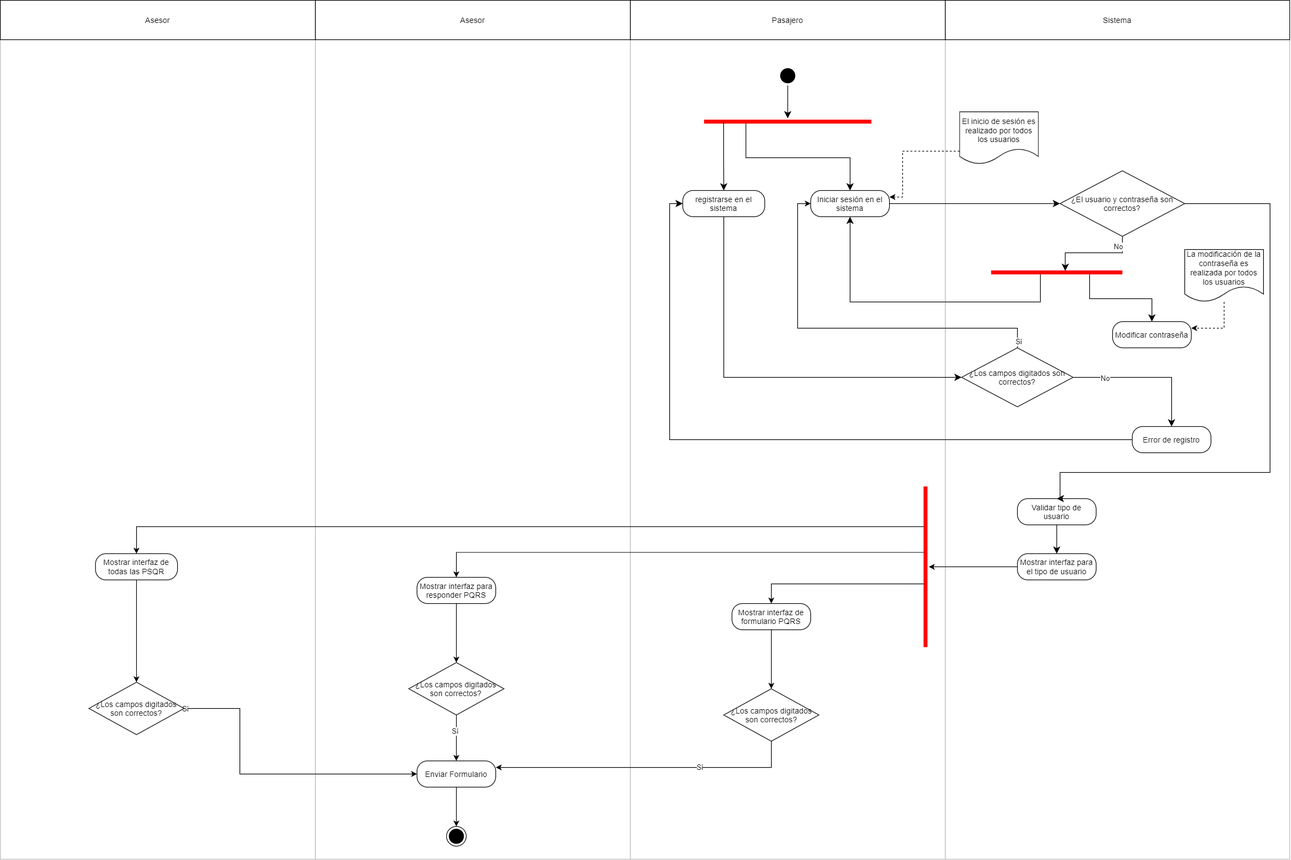
Before: diagrama actvidades-Seguridad.png, a diagram exported from draw.io (AlejandraRochaR/imagenes). Source tidied: cells renumbered, new cells last; positions are measured from the earlier drawing's top-left corner, leaving out a move shared by most shapes.
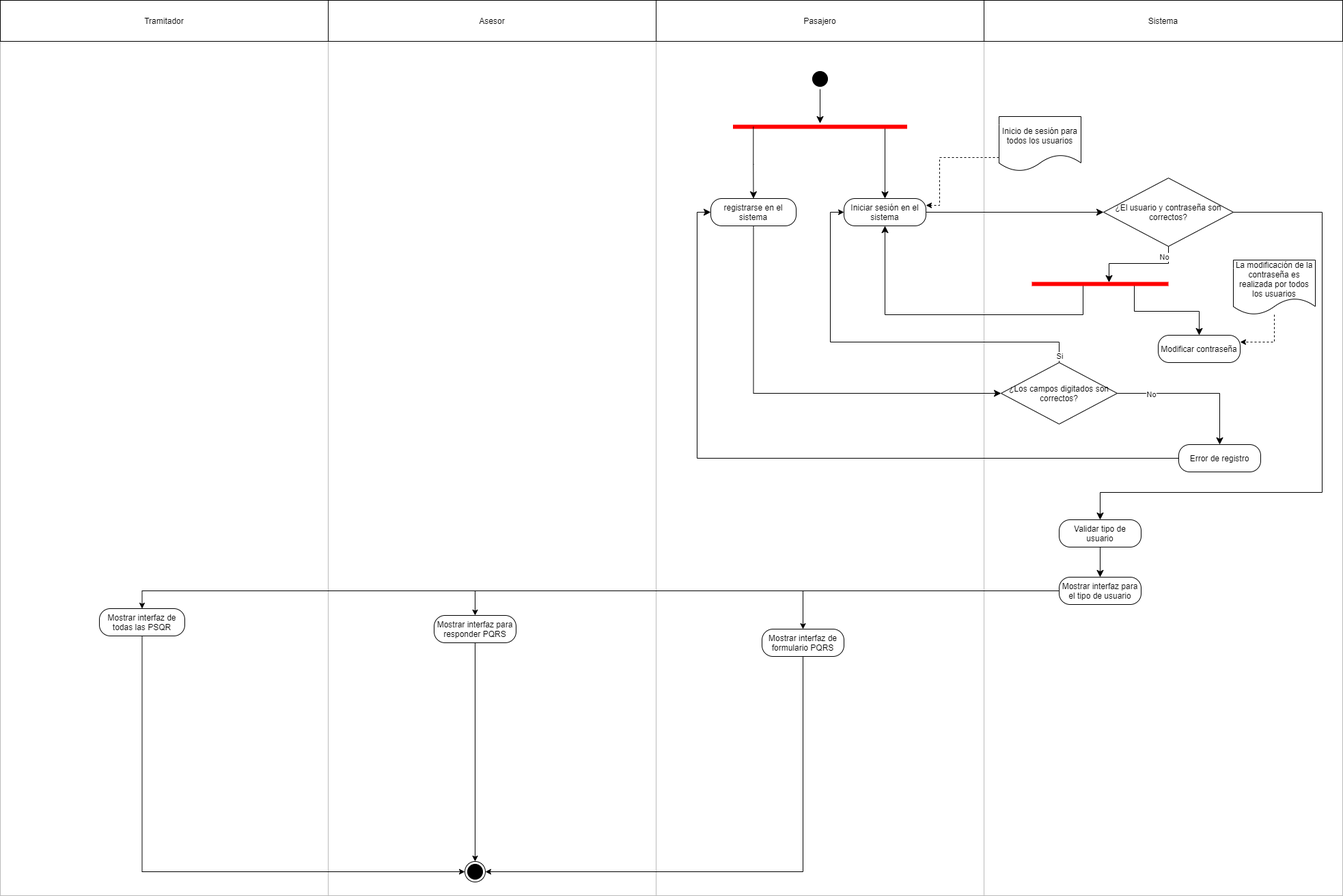
Above is the later version.

The edit, as a diff of the source:
```diff
@@ -78,16 +78,19 @@
         <Array as="points">
           <mxPoint x="1935" y="310" />
           <mxPoint x="1935" y="720" />
-          <mxPoint x="1615" y="720" />
-          <mxPoint x="1615" y="760" />
+          <mxPoint x="1610" y="720" />
         </Array>
       </mxGeometry>
     </mxCell>
     <mxCell id="22" value="¿El usuario y contraseña son correctos?" style="rhombus;whiteSpace=wrap;html=1;fillColor=none;" parent="1" vertex="1">
       <mxGeometry x="1615" y="260" width="190" height="100" as="geometry" />
     </mxCell>
-    <mxCell id="23" style="edgeStyle=orthogonalEdgeStyle;rounded=0;jettySize=auto;html=1;exitX=0.25;exitY=0.5;exitDx=0;exitDy=0;exitPerimeter=0;endSize=8;" parent="1" edge="1" source="24" target="18">
-      <mxGeometry relative="1" as="geometry" />
+    <mxCell id="23" style="edgeStyle=orthogonalEdgeStyle;rounded=0;jettySize=auto;html=1;exitX=0.75;exitY=0.5;exitDx=0;exitDy=0;exitPerimeter=0;endSize=8;" parent="1" edge="1" source="24" target="18">
+      <mxGeometry relative="1" as="geometry">
+        <Array as="points">
+          <mxPoint x="1295" y="185" />
+        </Array>
+      </mxGeometry>
     </mxCell>
     <mxCell id="24" style="shape=line;html=1;strokeWidth=6;strokeColor=#ff0000;" parent="1" vertex="1">
       <mxGeometry x="1072.5" y="180" width="255" height="10" as="geometry" />
@@ -115,9 +118,6 @@
     <mxCell id="30" style="edgeStyle=orthogonalEdgeStyle;html=1;verticalAlign=bottom;endArrow=classic;endSize=8;entryX=0.5;entryY=0;entryDx=0;entryDy=0;rounded=0;endFill=1;" parent="1" edge="1" source="29" target="32">
       <mxGeometry relative="1" as="geometry" />
     </mxCell>
-    <mxCell id="31" style="edgeStyle=orthogonalEdgeStyle;rounded=0;jettySize=auto;html=1;exitX=0;exitY=0.5;exitDx=0;exitDy=0;" parent="1" edge="1" source="32" target="53">
-      <mxGeometry relative="1" as="geometry" />
-    </mxCell>
     <mxCell id="32" value="Mostrar interfaz para el tipo de usuario" style="rounded=1;whiteSpace=wrap;html=1;arcSize=40;fontColor=#000000;fillColor=none;" parent="1" vertex="1">
       <mxGeometry x="1550" y="844" width="120" height="40" as="geometry" />
     </mxCell>
@@ -133,35 +133,26 @@
     <mxCell id="36" value="Sistema" style="rounded=0;whiteSpace=wrap;html=1;fillColor=none;" parent="1" vertex="1">
       <mxGeometry x="1440" width="525" height="60" as="geometry" />
     </mxCell>
-    <mxCell id="37" style="edgeStyle=orthogonalEdgeStyle;rounded=0;jettySize=auto;html=1;entryX=0.5;entryY=0;entryDx=0;entryDy=0;" parent="1" edge="1" source="38" target="43">
-      <mxGeometry relative="1" as="geometry" />
+    <mxCell id="37" style="edgeStyle=orthogonalEdgeStyle;rounded=0;jettySize=auto;html=1;entryX=1;entryY=0.5;entryDx=0;entryDy=0;" parent="1" edge="1" source="38" target="34">
+      <mxGeometry relative="1" as="geometry">
+        <Array as="points">
+          <mxPoint x="1175" y="1275" />
+        </Array>
+      </mxGeometry>
     </mxCell>
     <mxCell id="38" value="Mostrar interfaz de formulario PQRS" style="rounded=1;whiteSpace=wrap;html=1;arcSize=40;fontColor=#000000;fillColor=none;" parent="1" vertex="1">
       <mxGeometry x="1115" y="920" width="120" height="40" as="geometry" />
     </mxCell>
-    <mxCell id="39" style="edgeStyle=orthogonalEdgeStyle;rounded=0;jettySize=auto;html=1;exitX=0.5;exitY=1;exitDx=0;exitDy=0;" parent="1" edge="1" source="40" target="58">
+    <mxCell id="39" style="edgeStyle=orthogonalEdgeStyle;rounded=0;jettySize=auto;html=1;exitX=0.5;exitY=1;exitDx=0;exitDy=0;entryX=0.5;entryY=0;entryDx=0;entryDy=0;" parent="1" edge="1" source="40" target="34">
       <mxGeometry relative="1" as="geometry" />
     </mxCell>
     <mxCell id="40" value="Mostrar interfaz para responder PQRS" style="rounded=1;whiteSpace=wrap;html=1;arcSize=40;fontColor=#000000;fillColor=none;" parent="1" vertex="1">
-      <mxGeometry x="635" y="880" width="120" height="40" as="geometry" />
+      <mxGeometry x="635" y="900" width="120" height="40" as="geometry" />
     </mxCell>
-    <mxCell id="41" style="edgeStyle=orthogonalEdgeStyle;rounded=0;jettySize=auto;html=1;exitX=0.5;exitY=1;exitDx=0;exitDy=0;entryX=1;entryY=0.25;entryDx=0;entryDy=0;" parent="1" edge="1" source="43" target="60">
-      <mxGeometry relative="1" as="geometry">
-        <Array as="points">
-          <mxPoint x="1175" y="1170" />
-        </Array>
-      </mxGeometry>
-    </mxCell>
-    <mxCell id="42" value="Si" style="edgeLabel;html=1;align=center;verticalAlign=middle;" parent="41" vertex="1">
-      <mxGeometry x="-0.34" y="-1" relative="1" as="geometry" />
-    </mxCell>
-    <mxCell id="43" value="¿Los campos digitados son correctos?" style="rhombus;whiteSpace=wrap;html=1;fillColor=none;" parent="1" vertex="1">
-      <mxGeometry x="1102.5" y="1050" width="145" height="80" as="geometry" />
-    </mxCell>
     <mxCell id="44" value="Asesor" style="rounded=0;whiteSpace=wrap;html=1;fillColor=none;" parent="1" vertex="1">
       <mxGeometry x="480" width="480" height="60" as="geometry" />
     </mxCell>
-    <mxCell id="45" value="Asesor" style="rounded=0;whiteSpace=wrap;html=1;fillColor=none;" parent="1" vertex="1">
+    <mxCell id="45" value="Tramitador" style="rounded=0;whiteSpace=wrap;html=1;fillColor=none;" parent="1" vertex="1">
       <mxGeometry width="480" height="60" as="geometry" />
     </mxCell>
     <mxCell id="46" style="edgeStyle=orthogonalEdgeStyle;rounded=0;jettySize=auto;html=1;entryX=1;entryY=0.25;entryDx=0;entryDy=0;dashed=1;" parent="1" edge="1" source="47" target="18">
@@ -172,7 +163,7 @@
         </Array>
       </mxGeometry>
     </mxCell>
-    <mxCell id="47" value="El inicio de sesión es realizado por todos los usuarios" style="shape=document;whiteSpace=wrap;html=1;boundedLbl=1;" parent="1" vertex="1">
+    <mxCell id="47" value="Inicio de sesión para todos los usuarios" style="shape=document;whiteSpace=wrap;html=1;boundedLbl=1;" parent="1" vertex="1">
       <mxGeometry x="1462" y="170" width="120" height="80" as="geometry" />
     </mxCell>
     <mxCell id="48" style="edgeStyle=orthogonalEdgeStyle;rounded=0;jettySize=auto;html=1;entryX=1;entryY=0.25;entryDx=0;entryDy=0;dashed=1;" parent="1" edge="1" source="49" target="33">
@@ -181,65 +172,28 @@
     <mxCell id="49" value="La modificación de la contraseña es realizada por todos los usuarios" style="shape=document;whiteSpace=wrap;html=1;boundedLbl=1;" parent="1" vertex="1">
       <mxGeometry x="1805" y="380" width="120" height="80" as="geometry" />
     </mxCell>
-    <mxCell id="50" style="edgeStyle=orthogonalEdgeStyle;rounded=0;jettySize=auto;html=1;exitX=0.75;exitY=0.5;exitDx=0;exitDy=0;exitPerimeter=0;entryX=0.5;entryY=0;entryDx=0;entryDy=0;" parent="1" edge="1" source="53" target="38">
+    <mxCell id="50" style="edgeStyle=orthogonalEdgeStyle;rounded=0;jettySize=auto;html=1;exitX=0;exitY=0.5;exitDx=0;exitDy=0;entryX=0.5;entryY=0;entryDx=0;entryDy=0;" parent="1" edge="1" source="32" target="38">
       <mxGeometry relative="1" as="geometry">
         <Array as="points">
-          <mxPoint x="1410" y="890" />
-          <mxPoint x="1175" y="890" />
+          <mxPoint x="1175" y="864" />
         </Array>
       </mxGeometry>
     </mxCell>
-    <mxCell id="51" style="edgeStyle=orthogonalEdgeStyle;rounded=0;jettySize=auto;html=1;exitX=0.25;exitY=0.5;exitDx=0;exitDy=0;exitPerimeter=0;entryX=0.5;entryY=0;entryDx=0;entryDy=0;" parent="1" edge="1" source="53" target="55">
+    <mxCell id="51" style="edgeStyle=orthogonalEdgeStyle;rounded=0;jettySize=auto;html=1;exitX=0;exitY=0.5;exitDx=0;exitDy=0;entryX=0.5;entryY=0;entryDx=0;entryDy=0;" parent="1" edge="1" source="32" target="55">
       <mxGeometry relative="1" as="geometry" />
     </mxCell>
-    <mxCell id="52" style="edgeStyle=orthogonalEdgeStyle;rounded=0;jettySize=auto;html=1;entryX=0.5;entryY=0;entryDx=0;entryDy=0;" parent="1" edge="1" source="53" target="40">
+    <mxCell id="52" style="edgeStyle=orthogonalEdgeStyle;rounded=0;jettySize=auto;html=1;entryX=0.5;entryY=0;entryDx=0;entryDy=0;exitX=0;exitY=0.5;exitDx=0;exitDy=0;" parent="1" edge="1" source="32" target="40">
       <mxGeometry relative="1" as="geometry">
         <Array as="points">
-          <mxPoint x="695" y="842" />
+          <mxPoint x="695" y="864" />
         </Array>
       </mxGeometry>
     </mxCell>
-    <mxCell id="53" style="shape=line;html=1;strokeWidth=6;strokeColor=#ff0000;rotation=90;" parent="1" vertex="1">
-      <mxGeometry x="1287.5" y="859" width="245" height="10" as="geometry" />
-    </mxCell>
-    <mxCell id="54" style="edgeStyle=orthogonalEdgeStyle;rounded=0;jettySize=auto;html=1;exitX=0.5;exitY=1;exitDx=0;exitDy=0;entryX=0.5;entryY=0;entryDx=0;entryDy=0;" parent="1" edge="1" source="55" target="63">
+    <mxCell id="54" style="edgeStyle=orthogonalEdgeStyle;rounded=0;jettySize=auto;html=1;exitX=0.5;exitY=1;exitDx=0;exitDy=0;entryX=0;entryY=0.5;entryDx=0;entryDy=0;" parent="1" edge="1" source="55" target="34">
       <mxGeometry relative="1" as="geometry" />
     </mxCell>
     <mxCell id="55" value="Mostrar interfaz de todas las PSQR" style="rounded=1;whiteSpace=wrap;html=1;arcSize=40;fontColor=#000000;fillColor=none;" parent="1" vertex="1">
-      <mxGeometry x="145" y="844" width="125" height="40" as="geometry" />
+      <mxGeometry x="145" y="890" width="125" height="40" as="geometry" />
     </mxCell>
-    <mxCell id="56" style="edgeStyle=orthogonalEdgeStyle;rounded=0;jettySize=auto;html=1;exitX=0.5;exitY=1;exitDx=0;exitDy=0;entryX=0.5;entryY=0;entryDx=0;entryDy=0;" parent="1" edge="1" source="58" target="60">
-      <mxGeometry relative="1" as="geometry" />
-    </mxCell>
-    <mxCell id="57" value="Si" style="edgeLabel;html=1;align=center;verticalAlign=middle;" parent="56" vertex="1">
-      <mxGeometry x="-0.3" y="-3" relative="1" as="geometry">
-        <mxPoint y="-1" as="offset" />
-      </mxGeometry>
-    </mxCell>
-    <mxCell id="58" value="¿Los campos digitados son correctos?" style="rhombus;whiteSpace=wrap;html=1;fillColor=none;" parent="1" vertex="1">
-      <mxGeometry x="622.5" y="1010" width="145" height="80" as="geometry" />
-    </mxCell>
-    <mxCell id="59" style="edgeStyle=orthogonalEdgeStyle;rounded=0;jettySize=auto;html=1;exitX=0.5;exitY=1;exitDx=0;exitDy=0;entryX=0.5;entryY=0;entryDx=0;entryDy=0;" parent="1" edge="1" source="60" target="34">
-      <mxGeometry relative="1" as="geometry" />
-    </mxCell>
-    <mxCell id="60" value="Enviar Formulario" style="rounded=1;whiteSpace=wrap;html=1;arcSize=40;fontColor=#000000;fillColor=none;" parent="1" vertex="1">
-      <mxGeometry x="635" y="1160" width="120" height="40" as="geometry" />
-    </mxCell>
-    <mxCell id="61" style="edgeStyle=orthogonalEdgeStyle;rounded=0;jettySize=auto;html=1;exitX=1;exitY=0.5;exitDx=0;exitDy=0;entryX=0;entryY=0.5;entryDx=0;entryDy=0;" parent="1" edge="1" source="63" target="60">
-      <mxGeometry relative="1" as="geometry">
-        <Array as="points">
-          <mxPoint x="365" y="1080" />
-          <mxPoint x="365" y="1180" />
-        </Array>
-      </mxGeometry>
-    </mxCell>
-    <mxCell id="62" value="Si" style="edgeLabel;html=1;align=center;verticalAlign=middle;" parent="61" vertex="1">
-      <mxGeometry x="-0.86" y="2" relative="1" as="geometry">
-        <mxPoint x="-32" y="2" as="offset" />
-      </mxGeometry>
-    </mxCell>
-    <mxCell id="63" value="¿Los campos digitados son correctos?" style="rhombus;whiteSpace=wrap;html=1;fillColor=none;" parent="1" vertex="1">
-      <mxGeometry x="135" y="1040" width="145" height="80" as="geometry" />
-    </mxCell>
   </root>
 </mxGraphModel>
```
